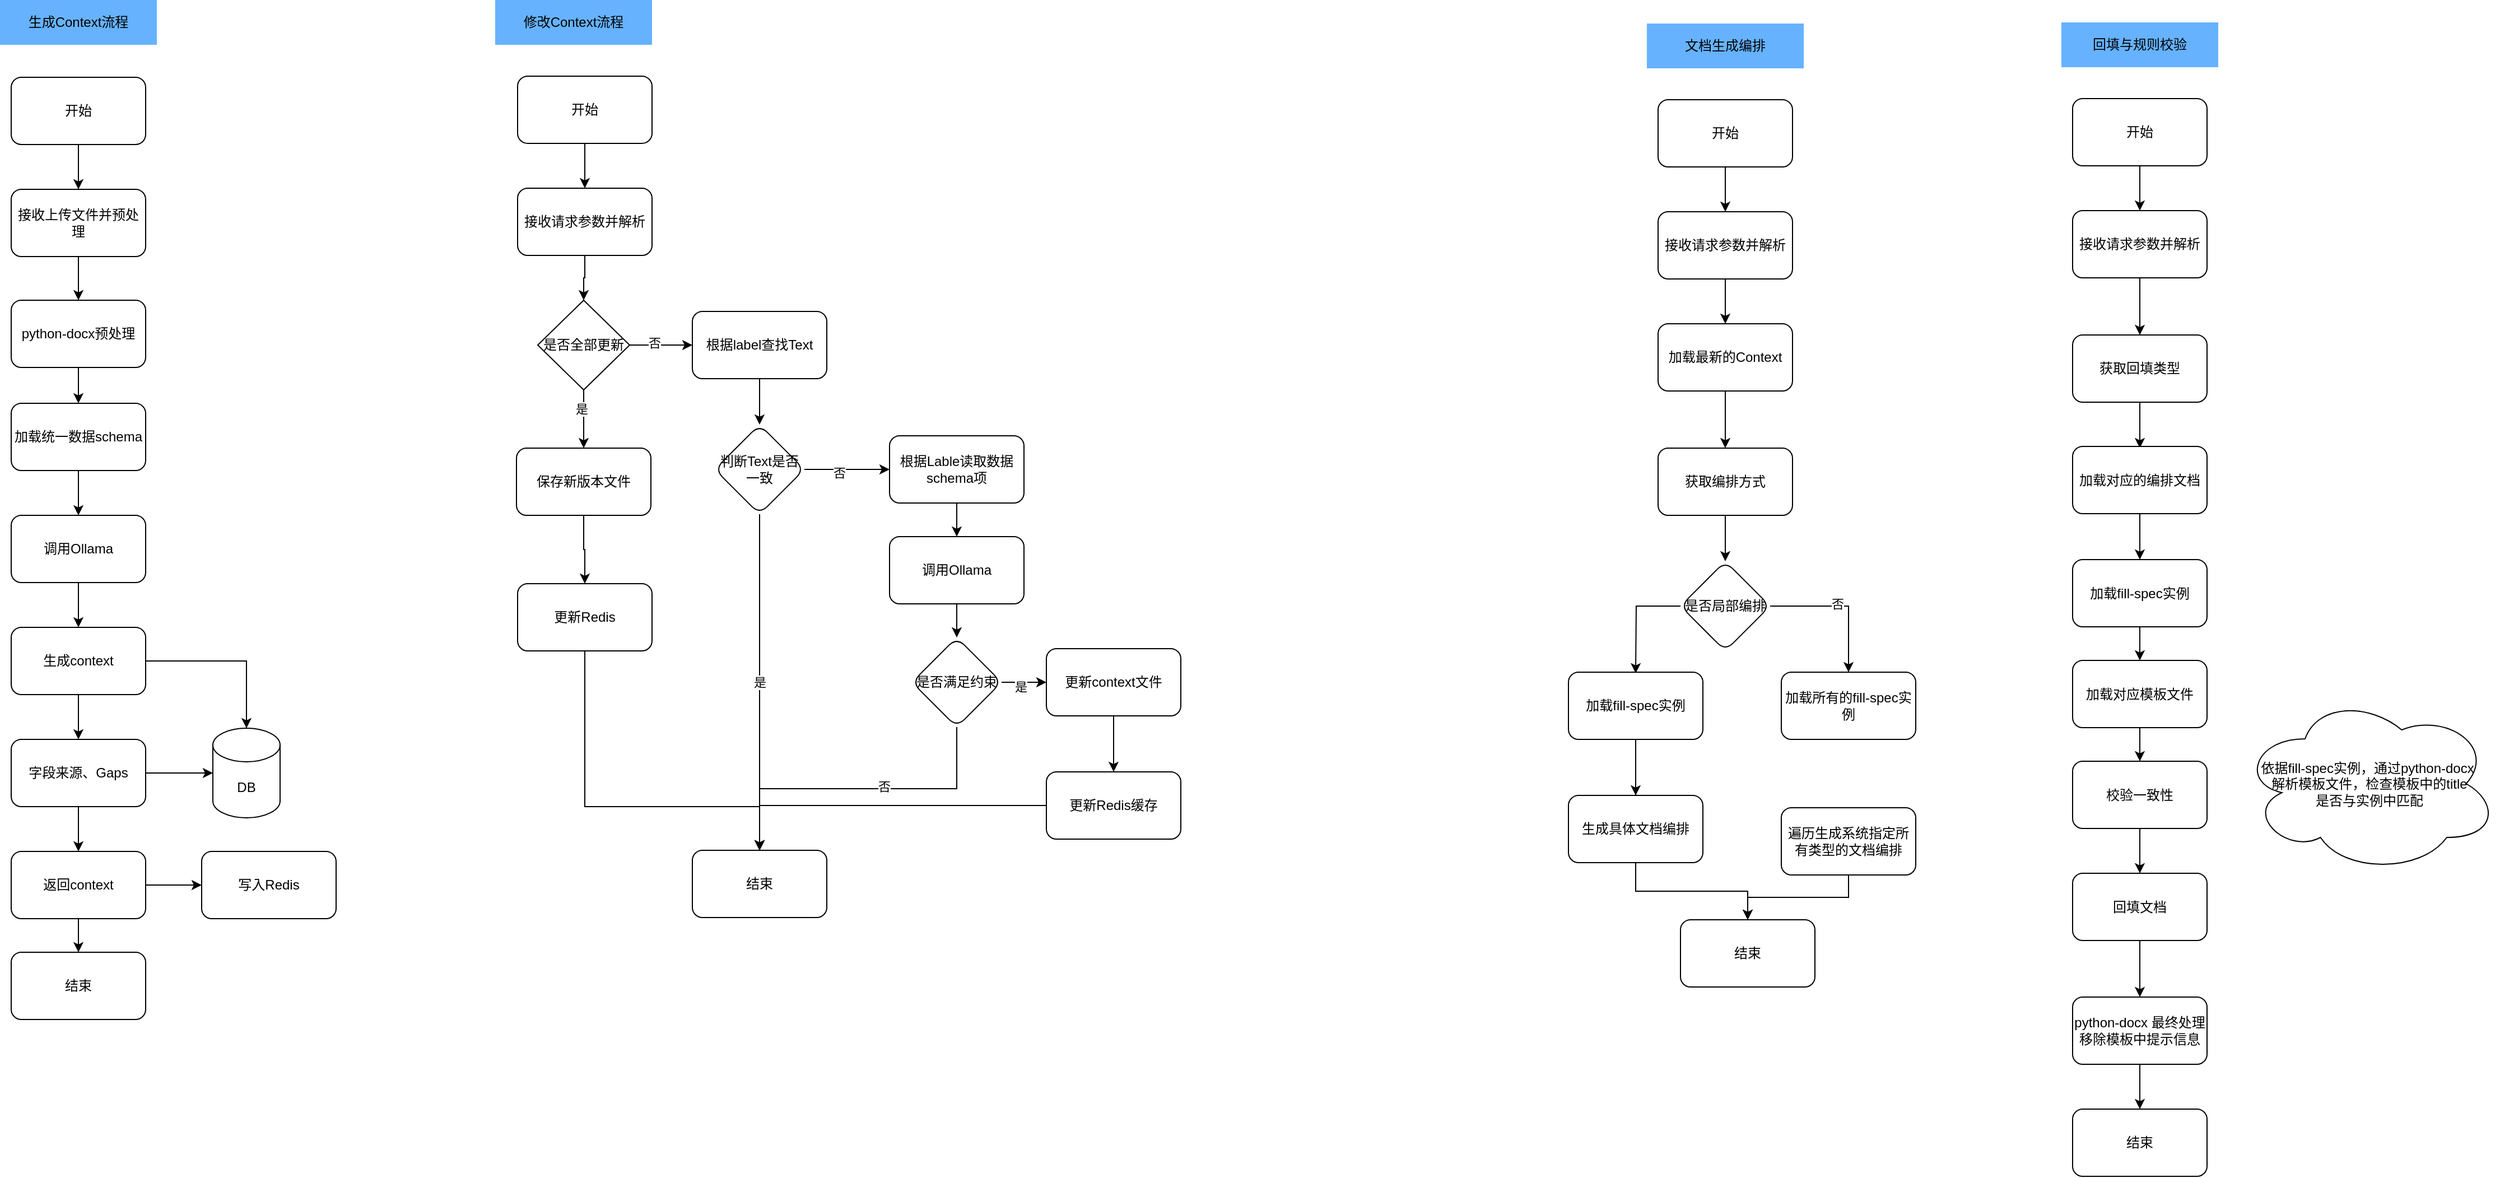
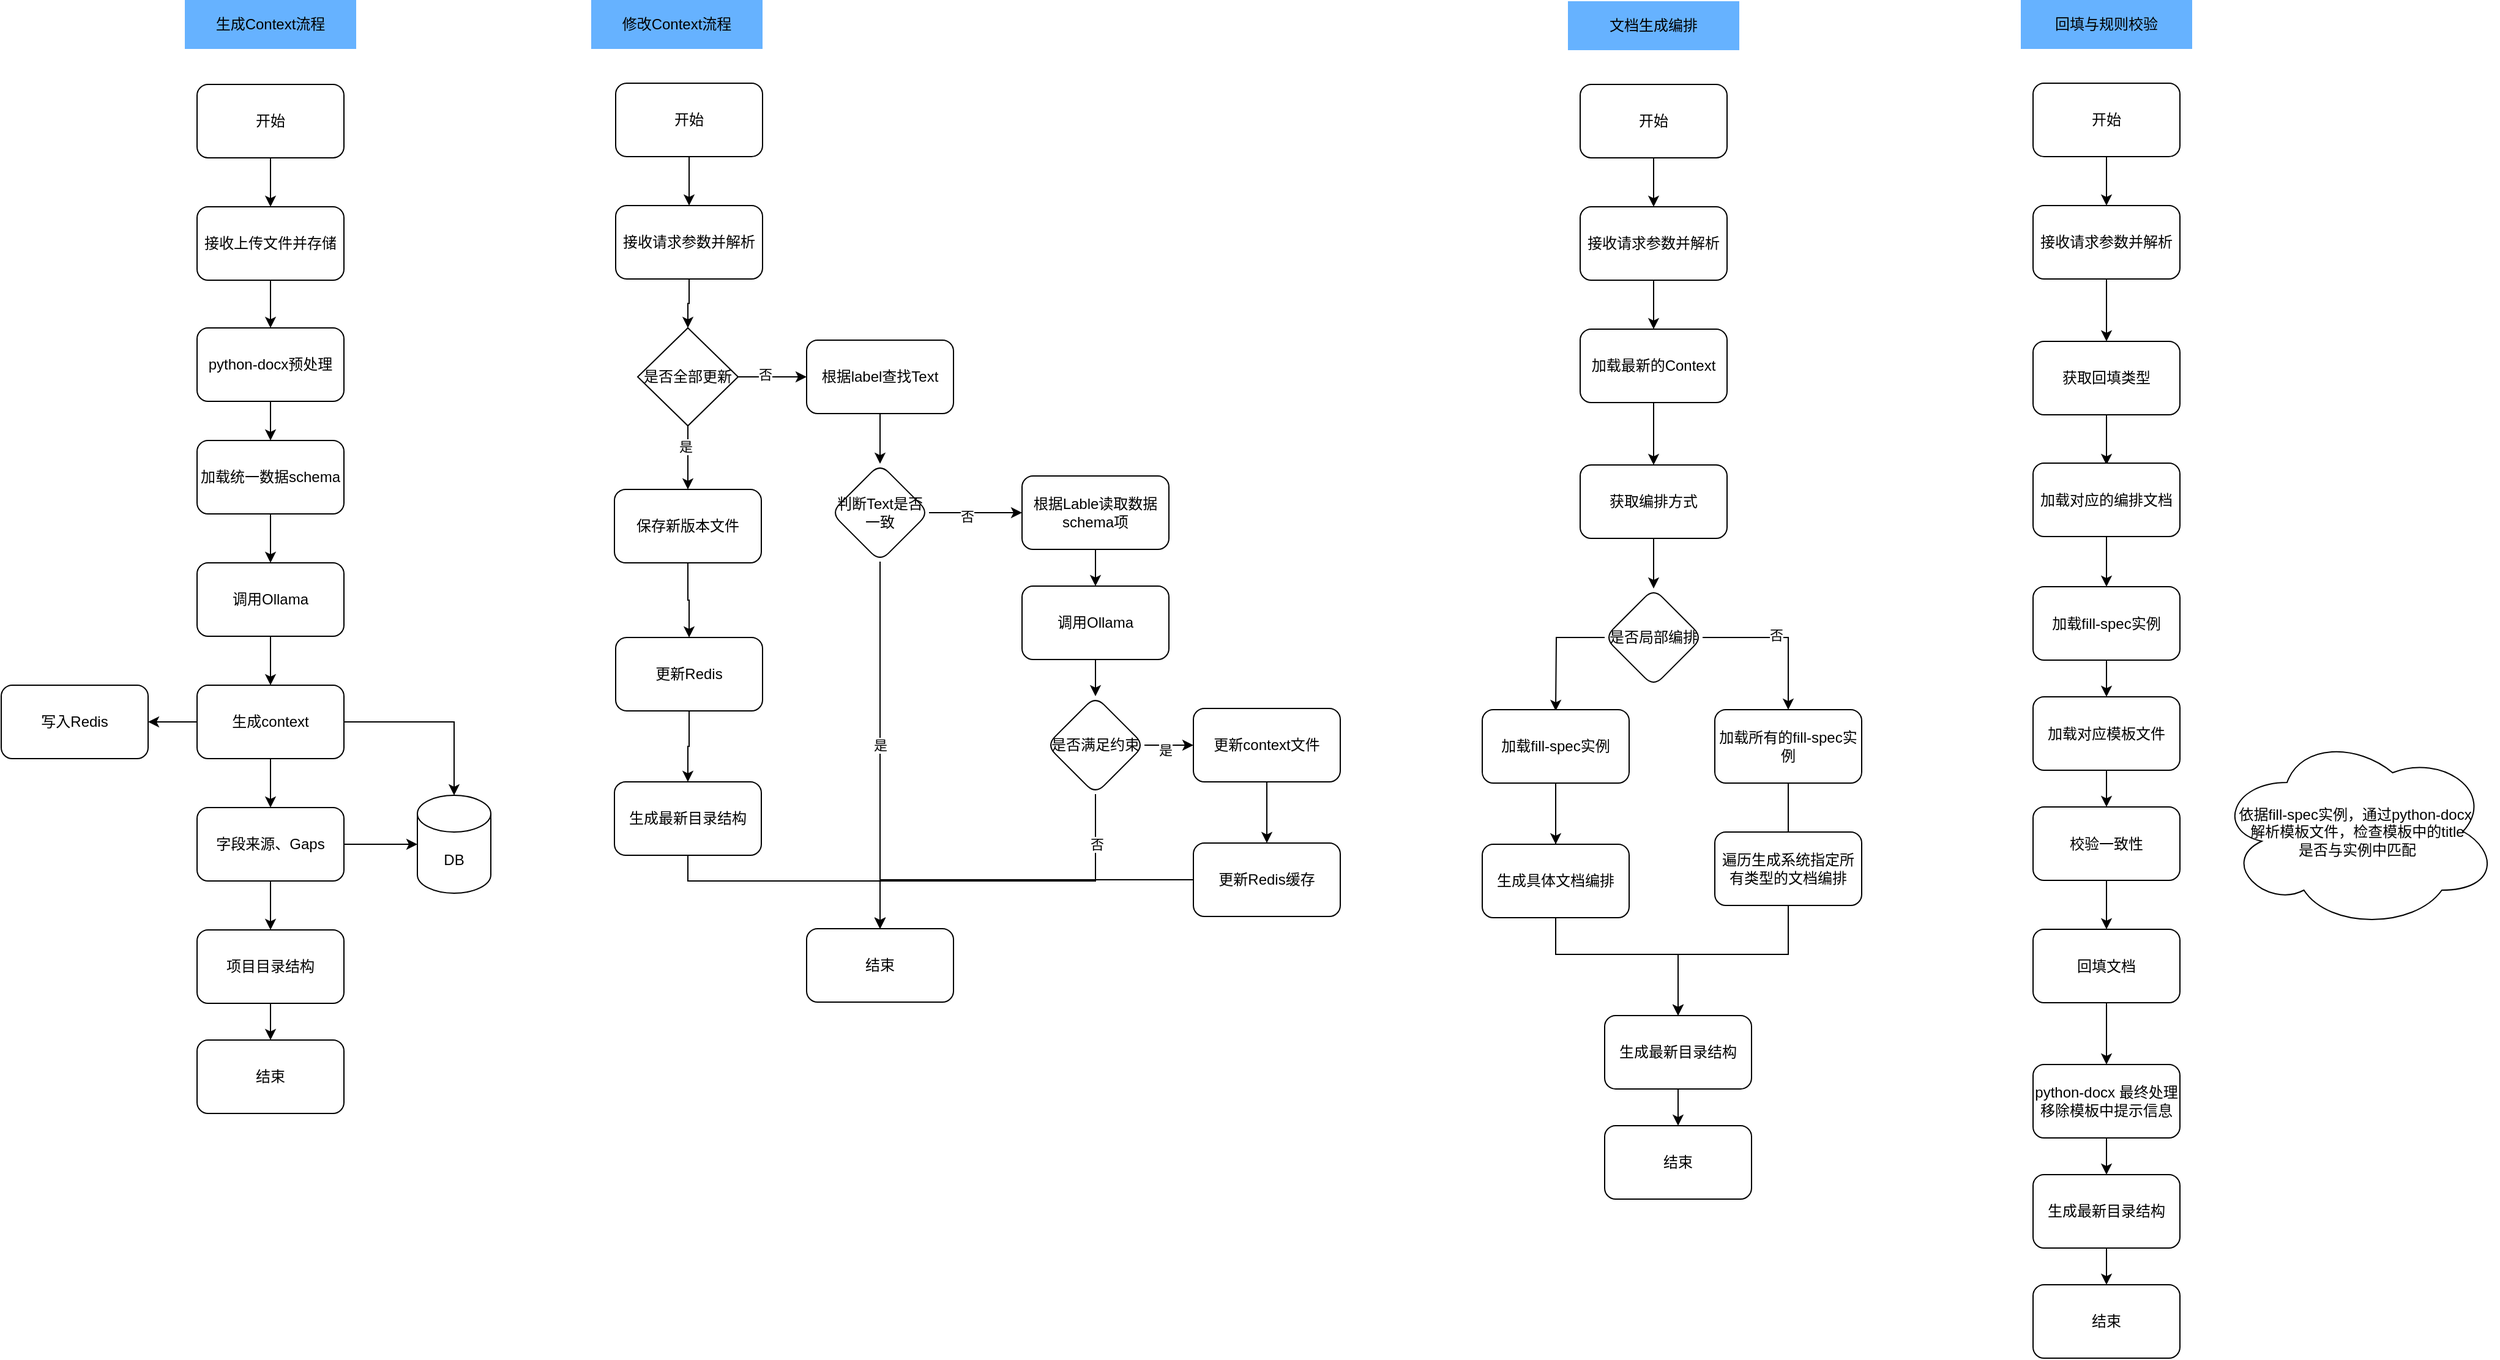
<mxfile host="app.diagrams.net">
  <diagram name="第 1 页" id="B0IMeD1WvDJJcW3_jK1b">
    <mxGraphModel dx="2438" dy="928" grid="1" gridSize="10" guides="1" tooltips="1" connect="1" arrows="1" fold="1" page="1" pageScale="1" pageWidth="1169" pageHeight="827" math="0" shadow="0">
      <root>
        <mxCell id="0" />
        <mxCell id="1" parent="0" />
        <mxCell id="0n__lMlzSQ3JzwSusm_Q-4" edge="1" parent="1" source="0n__lMlzSQ3JzwSusm_Q-2" style="edgeStyle=orthogonalEdgeStyle;rounded=0;orthogonalLoop=1;jettySize=auto;html=1;" target="0n__lMlzSQ3JzwSusm_Q-3" value="">
          <mxGeometry relative="1" as="geometry" />
        </mxCell>
        <mxCell id="0n__lMlzSQ3JzwSusm_Q-2" parent="1" style="rounded=1;whiteSpace=wrap;html=1;" value="开始" vertex="1">
-           <mxGeometry height="60" width="120" x="70" y="89" as="geometry" />
+           <mxGeometry height="60" width="120" x="180" y="89" as="geometry" />
        </mxCell>
        <mxCell id="zHUa4yUuEVYX1cxpm-PV-49" edge="1" parent="1" source="0n__lMlzSQ3JzwSusm_Q-3" style="edgeStyle=orthogonalEdgeStyle;rounded=0;orthogonalLoop=1;jettySize=auto;html=1;" target="zHUa4yUuEVYX1cxpm-PV-48" value="">
          <mxGeometry relative="1" as="geometry" />
        </mxCell>
-         <mxCell id="0n__lMlzSQ3JzwSusm_Q-3" parent="1" style="whiteSpace=wrap;html=1;rounded=1;" value="接收上传文件并预处理" vertex="1">
-           <mxGeometry height="60" width="120" x="70" y="189" as="geometry" />
+         <mxCell id="0n__lMlzSQ3JzwSusm_Q-3" parent="1" style="whiteSpace=wrap;html=1;rounded=1;" value="接收上传文件并存储" vertex="1">
+           <mxGeometry height="60" width="120" x="180" y="189" as="geometry" />
        </mxCell>
        <mxCell id="0n__lMlzSQ3JzwSusm_Q-8" edge="1" parent="1" source="0n__lMlzSQ3JzwSusm_Q-5" style="edgeStyle=orthogonalEdgeStyle;rounded=0;orthogonalLoop=1;jettySize=auto;html=1;" target="0n__lMlzSQ3JzwSusm_Q-7" value="">
          <mxGeometry relative="1" as="geometry" />
        </mxCell>
        <mxCell id="0n__lMlzSQ3JzwSusm_Q-5" parent="1" style="whiteSpace=wrap;html=1;rounded=1;" value="加载统一数据schema" vertex="1">
-           <mxGeometry height="60" width="120" x="70" y="380" as="geometry" />
+           <mxGeometry height="60" width="120" x="180" y="380" as="geometry" />
        </mxCell>
        <mxCell id="0n__lMlzSQ3JzwSusm_Q-10" edge="1" parent="1" source="0n__lMlzSQ3JzwSusm_Q-7" style="edgeStyle=orthogonalEdgeStyle;rounded=0;orthogonalLoop=1;jettySize=auto;html=1;" target="0n__lMlzSQ3JzwSusm_Q-9" value="">
          <mxGeometry relative="1" as="geometry" />
        </mxCell>
        <mxCell id="0n__lMlzSQ3JzwSusm_Q-7" parent="1" style="whiteSpace=wrap;html=1;rounded=1;" value="调用Ollama" vertex="1">
-           <mxGeometry height="60" width="120" x="70" y="480" as="geometry" />
+           <mxGeometry height="60" width="120" x="180" y="480" as="geometry" />
        </mxCell>
        <mxCell id="0n__lMlzSQ3JzwSusm_Q-12" edge="1" parent="1" source="0n__lMlzSQ3JzwSusm_Q-9" style="edgeStyle=orthogonalEdgeStyle;rounded=0;orthogonalLoop=1;jettySize=auto;html=1;" target="0n__lMlzSQ3JzwSusm_Q-11" value="">
          <mxGeometry relative="1" as="geometry" />
        </mxCell>
        <mxCell id="0n__lMlzSQ3JzwSusm_Q-19" edge="1" parent="1" source="0n__lMlzSQ3JzwSusm_Q-9" style="edgeStyle=orthogonalEdgeStyle;rounded=0;orthogonalLoop=1;jettySize=auto;html=1;" target="0n__lMlzSQ3JzwSusm_Q-13">
          <mxGeometry relative="1" as="geometry" />
        </mxCell>
+         <mxCell id="OEq2acyRyhbuj6wWYLON-20" edge="1" parent="1" source="0n__lMlzSQ3JzwSusm_Q-9" style="edgeStyle=orthogonalEdgeStyle;rounded=0;orthogonalLoop=1;jettySize=auto;html=1;" target="zHUa4yUuEVYX1cxpm-PV-19" value="">
+           <mxGeometry relative="1" as="geometry" />
+         </mxCell>
        <mxCell id="0n__lMlzSQ3JzwSusm_Q-9" parent="1" style="whiteSpace=wrap;html=1;rounded=1;" value="生成context" vertex="1">
-           <mxGeometry height="60" width="120" x="70" y="580" as="geometry" />
+           <mxGeometry height="60" width="120" x="180" y="580" as="geometry" />
        </mxCell>
        <mxCell id="0n__lMlzSQ3JzwSusm_Q-14" edge="1" parent="1" source="0n__lMlzSQ3JzwSusm_Q-11" style="edgeStyle=orthogonalEdgeStyle;rounded=0;orthogonalLoop=1;jettySize=auto;html=1;" target="0n__lMlzSQ3JzwSusm_Q-13">
          <mxGeometry relative="1" as="geometry" />
        </mxCell>
        <mxCell id="0n__lMlzSQ3JzwSusm_Q-16" edge="1" parent="1" source="0n__lMlzSQ3JzwSusm_Q-11" style="edgeStyle=orthogonalEdgeStyle;rounded=0;orthogonalLoop=1;jettySize=auto;html=1;" target="0n__lMlzSQ3JzwSusm_Q-15" value="">
          <mxGeometry relative="1" as="geometry" />
        </mxCell>
        <mxCell id="0n__lMlzSQ3JzwSusm_Q-11" parent="1" style="whiteSpace=wrap;html=1;rounded=1;" value="字段来源、Gaps" vertex="1">
-           <mxGeometry height="60" width="120" x="70" y="680" as="geometry" />
+           <mxGeometry height="60" width="120" x="180" y="680" as="geometry" />
        </mxCell>
        <mxCell id="0n__lMlzSQ3JzwSusm_Q-13" parent="1" style="shape=cylinder3;whiteSpace=wrap;html=1;boundedLbl=1;backgroundOutline=1;size=15;" value="DB" vertex="1">
-           <mxGeometry height="80" width="60" x="250" y="670" as="geometry" />
+           <mxGeometry height="80" width="60" x="360" y="670" as="geometry" />
        </mxCell>
        <mxCell id="0n__lMlzSQ3JzwSusm_Q-18" edge="1" parent="1" source="0n__lMlzSQ3JzwSusm_Q-15" style="edgeStyle=orthogonalEdgeStyle;rounded=0;orthogonalLoop=1;jettySize=auto;html=1;" target="0n__lMlzSQ3JzwSusm_Q-17" value="">
          <mxGeometry relative="1" as="geometry" />
        </mxCell>
-         <mxCell id="zHUa4yUuEVYX1cxpm-PV-20" edge="1" parent="1" source="0n__lMlzSQ3JzwSusm_Q-15" style="edgeStyle=orthogonalEdgeStyle;rounded=0;orthogonalLoop=1;jettySize=auto;html=1;" target="zHUa4yUuEVYX1cxpm-PV-19" value="">
-           <mxGeometry relative="1" as="geometry" />
-         </mxCell>
-         <mxCell id="0n__lMlzSQ3JzwSusm_Q-15" parent="1" style="whiteSpace=wrap;html=1;rounded=1;" value="返回context" vertex="1">
-           <mxGeometry height="60" width="120" x="70" y="780" as="geometry" />
+         <mxCell id="0n__lMlzSQ3JzwSusm_Q-15" parent="1" style="whiteSpace=wrap;html=1;rounded=1;" value="项目目录结构" vertex="1">
+           <mxGeometry height="60" width="120" x="180" y="780" as="geometry" />
        </mxCell>
        <mxCell id="0n__lMlzSQ3JzwSusm_Q-17" parent="1" style="whiteSpace=wrap;html=1;rounded=1;" value="结束" vertex="1">
-           <mxGeometry height="60" width="120" x="70" y="870" as="geometry" />
+           <mxGeometry height="60" width="120" x="180" y="870" as="geometry" />
        </mxCell>
        <mxCell id="zHUa4yUuEVYX1cxpm-PV-1" edge="1" parent="1" source="zHUa4yUuEVYX1cxpm-PV-2" style="edgeStyle=orthogonalEdgeStyle;rounded=0;orthogonalLoop=1;jettySize=auto;html=1;" target="zHUa4yUuEVYX1cxpm-PV-4" value="">
          <mxGeometry relative="1" as="geometry" />
        </mxCell>
        <mxCell id="zHUa4yUuEVYX1cxpm-PV-2" parent="1" style="rounded=1;whiteSpace=wrap;html=1;" value="开始" vertex="1">
          <mxGeometry height="60" width="120" x="522" y="88" as="geometry" />
        </mxCell>
        <mxCell id="OEq2acyRyhbuj6wWYLON-2" edge="1" parent="1" source="zHUa4yUuEVYX1cxpm-PV-4" style="edgeStyle=orthogonalEdgeStyle;rounded=0;orthogonalLoop=1;jettySize=auto;html=1;entryX=0.5;entryY=0;entryDx=0;entryDy=0;" target="OEq2acyRyhbuj6wWYLON-1">
          <mxGeometry relative="1" as="geometry" />
        </mxCell>
        <mxCell id="zHUa4yUuEVYX1cxpm-PV-4" parent="1" style="whiteSpace=wrap;html=1;rounded=1;" value="接收请求参数并解析" vertex="1">
          <mxGeometry height="60" width="120" x="522" y="188" as="geometry" />
        </mxCell>
        <mxCell id="zHUa4yUuEVYX1cxpm-PV-26" edge="1" parent="1" source="zHUa4yUuEVYX1cxpm-PV-6" style="edgeStyle=orthogonalEdgeStyle;rounded=0;orthogonalLoop=1;jettySize=auto;html=1;" target="zHUa4yUuEVYX1cxpm-PV-25" value="">
          <mxGeometry relative="1" as="geometry" />
        </mxCell>
        <mxCell id="zHUa4yUuEVYX1cxpm-PV-6" parent="1" style="whiteSpace=wrap;html=1;rounded=1;" value="根据label查找Text" vertex="1">
          <mxGeometry height="60" width="120" x="678" y="298" as="geometry" />
        </mxCell>
        <mxCell id="zHUa4yUuEVYX1cxpm-PV-19" parent="1" style="whiteSpace=wrap;html=1;rounded=1;" value="写入Redis" vertex="1">
-           <mxGeometry height="60" width="120" x="240" y="780" as="geometry" />
+           <mxGeometry height="60" width="120" x="20" y="580" as="geometry" />
        </mxCell>
        <mxCell id="zHUa4yUuEVYX1cxpm-PV-28" edge="1" parent="1" source="zHUa4yUuEVYX1cxpm-PV-25" style="edgeStyle=orthogonalEdgeStyle;rounded=0;orthogonalLoop=1;jettySize=auto;html=1;" target="zHUa4yUuEVYX1cxpm-PV-27" value="是">
          <mxGeometry relative="1" as="geometry" />
        </mxCell>
        <mxCell id="zHUa4yUuEVYX1cxpm-PV-31" edge="1" parent="1" source="zHUa4yUuEVYX1cxpm-PV-25" style="edgeStyle=orthogonalEdgeStyle;rounded=0;orthogonalLoop=1;jettySize=auto;html=1;" target="zHUa4yUuEVYX1cxpm-PV-30" value="">
          <mxGeometry relative="1" as="geometry" />
        </mxCell>
        <mxCell id="OEq2acyRyhbuj6wWYLON-16" connectable="0" parent="zHUa4yUuEVYX1cxpm-PV-31" style="edgeLabel;html=1;align=center;verticalAlign=middle;resizable=0;points=[];" value="否" vertex="1">
          <mxGeometry relative="1" x="-0.193" y="-3" as="geometry">
            <mxPoint as="offset" />
          </mxGeometry>
        </mxCell>
        <mxCell id="zHUa4yUuEVYX1cxpm-PV-25" parent="1" style="rhombus;whiteSpace=wrap;html=1;rounded=1;" value="判断Text是否一致" vertex="1">
          <mxGeometry height="80" width="80" x="698" y="399" as="geometry" />
        </mxCell>
        <mxCell id="zHUa4yUuEVYX1cxpm-PV-27" parent="1" style="whiteSpace=wrap;html=1;rounded=1;" value="结束" vertex="1">
          <mxGeometry height="60" width="120" x="678" y="779" as="geometry" />
        </mxCell>
        <mxCell id="zHUa4yUuEVYX1cxpm-PV-33" edge="1" parent="1" source="zHUa4yUuEVYX1cxpm-PV-30" style="edgeStyle=orthogonalEdgeStyle;rounded=0;orthogonalLoop=1;jettySize=auto;html=1;" target="zHUa4yUuEVYX1cxpm-PV-32" value="">
          <mxGeometry relative="1" as="geometry" />
        </mxCell>
        <mxCell id="zHUa4yUuEVYX1cxpm-PV-30" parent="1" style="whiteSpace=wrap;html=1;rounded=1;" value="根据Lable读取数据schema项" vertex="1">
          <mxGeometry height="60" width="120" x="854" y="409" as="geometry" />
        </mxCell>
        <mxCell id="zHUa4yUuEVYX1cxpm-PV-35" edge="1" parent="1" source="zHUa4yUuEVYX1cxpm-PV-32" style="edgeStyle=orthogonalEdgeStyle;rounded=0;orthogonalLoop=1;jettySize=auto;html=1;" target="zHUa4yUuEVYX1cxpm-PV-34" value="">
          <mxGeometry relative="1" as="geometry" />
        </mxCell>
        <mxCell id="zHUa4yUuEVYX1cxpm-PV-32" parent="1" style="whiteSpace=wrap;html=1;rounded=1;" value="调用Ollama" vertex="1">
          <mxGeometry height="60" width="120" x="854" y="499" as="geometry" />
        </mxCell>
        <mxCell id="zHUa4yUuEVYX1cxpm-PV-37" edge="1" parent="1" source="zHUa4yUuEVYX1cxpm-PV-34" style="edgeStyle=orthogonalEdgeStyle;rounded=0;orthogonalLoop=1;jettySize=auto;html=1;" target="zHUa4yUuEVYX1cxpm-PV-36" value="">
          <mxGeometry relative="1" as="geometry" />
        </mxCell>
        <mxCell id="zHUa4yUuEVYX1cxpm-PV-38" connectable="0" parent="zHUa4yUuEVYX1cxpm-PV-37" style="edgeLabel;html=1;align=center;verticalAlign=middle;resizable=0;points=[];" value="是" vertex="1">
          <mxGeometry relative="1" x="-0.1789" y="-4" as="geometry">
            <mxPoint as="offset" />
          </mxGeometry>
        </mxCell>
        <mxCell id="zHUa4yUuEVYX1cxpm-PV-43" edge="1" parent="1" source="zHUa4yUuEVYX1cxpm-PV-34" style="edgeStyle=orthogonalEdgeStyle;rounded=0;orthogonalLoop=1;jettySize=auto;html=1;exitX=0.5;exitY=1;exitDx=0;exitDy=0;entryX=0.5;entryY=0;entryDx=0;entryDy=0;" target="zHUa4yUuEVYX1cxpm-PV-27">
-           <mxGeometry relative="1" as="geometry" />
+           <mxGeometry relative="1" as="geometry">
+             <Array as="points">
+               <mxPoint x="914" y="740" />
+               <mxPoint x="738" y="740" />
+             </Array>
+           </mxGeometry>
        </mxCell>
        <mxCell id="zHUa4yUuEVYX1cxpm-PV-44" connectable="0" parent="zHUa4yUuEVYX1cxpm-PV-43" style="edgeLabel;html=1;align=center;verticalAlign=middle;resizable=0;points=[];" value="否" vertex="1">
          <mxGeometry relative="1" x="-0.1561" y="-2" as="geometry">
-             <mxPoint as="offset" />
+             <mxPoint x="50" y="-28" as="offset" />
          </mxGeometry>
        </mxCell>
        <mxCell id="zHUa4yUuEVYX1cxpm-PV-34" parent="1" style="rhombus;whiteSpace=wrap;html=1;rounded=1;" value="是否满足约束" vertex="1">
          <mxGeometry height="80" width="80" x="874" y="589" as="geometry" />
        </mxCell>
        <mxCell id="zHUa4yUuEVYX1cxpm-PV-40" edge="1" parent="1" source="zHUa4yUuEVYX1cxpm-PV-36" style="edgeStyle=orthogonalEdgeStyle;rounded=0;orthogonalLoop=1;jettySize=auto;html=1;" target="zHUa4yUuEVYX1cxpm-PV-39" value="">
          <mxGeometry relative="1" as="geometry" />
        </mxCell>
        <mxCell id="zHUa4yUuEVYX1cxpm-PV-36" parent="1" style="whiteSpace=wrap;html=1;rounded=1;" value="更新context文件" vertex="1">
          <mxGeometry height="60" width="120" x="994" y="599" as="geometry" />
        </mxCell>
        <mxCell id="zHUa4yUuEVYX1cxpm-PV-41" edge="1" parent="1" source="zHUa4yUuEVYX1cxpm-PV-39" style="edgeStyle=orthogonalEdgeStyle;rounded=0;orthogonalLoop=1;jettySize=auto;html=1;entryX=0.5;entryY=0;entryDx=0;entryDy=0;" target="zHUa4yUuEVYX1cxpm-PV-27">
          <mxGeometry relative="1" as="geometry" />
        </mxCell>
        <mxCell id="zHUa4yUuEVYX1cxpm-PV-39" parent="1" style="whiteSpace=wrap;html=1;rounded=1;" value="更新Redis缓存" vertex="1">
          <mxGeometry height="60" width="120" x="994" y="709" as="geometry" />
        </mxCell>
        <mxCell id="zHUa4yUuEVYX1cxpm-PV-50" edge="1" parent="1" source="zHUa4yUuEVYX1cxpm-PV-48" style="edgeStyle=orthogonalEdgeStyle;rounded=0;orthogonalLoop=1;jettySize=auto;html=1;" target="0n__lMlzSQ3JzwSusm_Q-5" value="">
          <mxGeometry relative="1" as="geometry" />
        </mxCell>
        <mxCell id="zHUa4yUuEVYX1cxpm-PV-48" parent="1" style="whiteSpace=wrap;html=1;rounded=1;" value="python-docx预处理" vertex="1">
-           <mxGeometry height="60" width="120" x="70" y="288" as="geometry" />
+           <mxGeometry height="60" width="120" x="180" y="288" as="geometry" />
        </mxCell>
        <mxCell id="zHUa4yUuEVYX1cxpm-PV-51" edge="1" parent="1" source="zHUa4yUuEVYX1cxpm-PV-52" style="edgeStyle=orthogonalEdgeStyle;rounded=0;orthogonalLoop=1;jettySize=auto;html=1;" target="zHUa4yUuEVYX1cxpm-PV-54" value="">
          <mxGeometry relative="1" as="geometry" />
        </mxCell>
        <mxCell id="zHUa4yUuEVYX1cxpm-PV-52" parent="1" style="rounded=1;whiteSpace=wrap;html=1;" value="开始" vertex="1">
-           <mxGeometry height="60" width="120" x="1540" y="109" as="geometry" />
+           <mxGeometry height="60" width="120" x="1310" y="89" as="geometry" />
        </mxCell>
        <mxCell id="zHUa4yUuEVYX1cxpm-PV-86" edge="1" parent="1" source="zHUa4yUuEVYX1cxpm-PV-54" style="edgeStyle=orthogonalEdgeStyle;rounded=0;orthogonalLoop=1;jettySize=auto;html=1;entryX=0.5;entryY=0;entryDx=0;entryDy=0;" target="zHUa4yUuEVYX1cxpm-PV-64">
          <mxGeometry relative="1" as="geometry" />
        </mxCell>
        <mxCell id="zHUa4yUuEVYX1cxpm-PV-54" parent="1" style="whiteSpace=wrap;html=1;rounded=1;" value="接收请求参数并解析" vertex="1">
-           <mxGeometry height="60" width="120" x="1540" y="209" as="geometry" />
+           <mxGeometry height="60" width="120" x="1310" y="189" as="geometry" />
        </mxCell>
        <mxCell id="zHUa4yUuEVYX1cxpm-PV-55" edge="1" parent="1" source="zHUa4yUuEVYX1cxpm-PV-56" style="edgeStyle=orthogonalEdgeStyle;rounded=0;orthogonalLoop=1;jettySize=auto;html=1;" target="zHUa4yUuEVYX1cxpm-PV-60" value="">
          <mxGeometry relative="1" as="geometry" />
        </mxCell>
        <mxCell id="zHUa4yUuEVYX1cxpm-PV-56" parent="1" style="whiteSpace=wrap;html=1;rounded=1;" value="获取编排方式" vertex="1">
-           <mxGeometry height="60" width="120" x="1540" y="420" as="geometry" />
+           <mxGeometry height="60" width="120" x="1310" y="400" as="geometry" />
        </mxCell>
        <mxCell id="zHUa4yUuEVYX1cxpm-PV-59" edge="1" parent="1" source="zHUa4yUuEVYX1cxpm-PV-60" style="edgeStyle=orthogonalEdgeStyle;rounded=0;orthogonalLoop=1;jettySize=auto;html=1;" target="zHUa4yUuEVYX1cxpm-PV-62" value="">
          <mxGeometry relative="1" as="geometry" />
        </mxCell>
        <mxCell id="zHUa4yUuEVYX1cxpm-PV-84" connectable="0" parent="zHUa4yUuEVYX1cxpm-PV-59" style="edgeLabel;html=1;align=center;verticalAlign=middle;resizable=0;points=[];" value="否" vertex="1">
          <mxGeometry relative="1" x="-0.0693" y="2" as="geometry">
            <mxPoint as="offset" />
          </mxGeometry>
        </mxCell>
        <mxCell id="zHUa4yUuEVYX1cxpm-PV-88" edge="1" parent="1" source="zHUa4yUuEVYX1cxpm-PV-60" style="edgeStyle=orthogonalEdgeStyle;rounded=0;orthogonalLoop=1;jettySize=auto;html=1;">
          <mxGeometry relative="1" as="geometry">
-             <mxPoint x="1520" y="621" as="targetPoint" />
+             <mxPoint x="1290" y="601" as="targetPoint" />
          </mxGeometry>
        </mxCell>
        <mxCell id="zHUa4yUuEVYX1cxpm-PV-60" parent="1" style="rhombus;whiteSpace=wrap;html=1;rounded=1;" value="是否局部编排" vertex="1">
-           <mxGeometry height="80" width="80" x="1560" y="521" as="geometry" />
+           <mxGeometry height="80" width="80" x="1330" y="501" as="geometry" />
+         </mxCell>
+         <mxCell id="OEq2acyRyhbuj6wWYLON-21" edge="1" parent="1" source="zHUa4yUuEVYX1cxpm-PV-62" style="edgeStyle=orthogonalEdgeStyle;rounded=0;orthogonalLoop=1;jettySize=auto;html=1;">
+           <mxGeometry relative="1" as="geometry">
+             <mxPoint x="1479.9999999999995" y="720" as="targetPoint" />
+           </mxGeometry>
        </mxCell>
        <mxCell id="zHUa4yUuEVYX1cxpm-PV-62" parent="1" style="whiteSpace=wrap;html=1;rounded=1;" value="加载所有的fill-spec实例" vertex="1">
-           <mxGeometry height="60" width="120" x="1650" y="620" as="geometry" />
+           <mxGeometry height="60" width="120" x="1420" y="600" as="geometry" />
        </mxCell>
        <mxCell id="zHUa4yUuEVYX1cxpm-PV-87" edge="1" parent="1" source="zHUa4yUuEVYX1cxpm-PV-64" style="edgeStyle=orthogonalEdgeStyle;rounded=0;orthogonalLoop=1;jettySize=auto;html=1;entryX=0.5;entryY=0;entryDx=0;entryDy=0;" target="zHUa4yUuEVYX1cxpm-PV-56">
          <mxGeometry relative="1" as="geometry" />
        </mxCell>
        <mxCell id="zHUa4yUuEVYX1cxpm-PV-64" parent="1" style="whiteSpace=wrap;html=1;rounded=1;" value="加载最新的Context" vertex="1">
-           <mxGeometry height="60" width="120" x="1540" y="309" as="geometry" />
-         </mxCell>
-         <mxCell id="zHUa4yUuEVYX1cxpm-PV-92" edge="1" parent="1" source="zHUa4yUuEVYX1cxpm-PV-73" style="edgeStyle=orthogonalEdgeStyle;rounded=0;orthogonalLoop=1;jettySize=auto;html=1;entryX=0.5;entryY=0;entryDx=0;entryDy=0;" target="zHUa4yUuEVYX1cxpm-PV-90">
-           <mxGeometry relative="1" as="geometry" />
+           <mxGeometry height="60" width="120" x="1310" y="289" as="geometry" />
+         </mxCell>
+         <mxCell id="zHUa4yUuEVYX1cxpm-PV-92" edge="1" parent="1" source="zHUa4yUuEVYX1cxpm-PV-73" style="edgeStyle=orthogonalEdgeStyle;rounded=0;orthogonalLoop=1;jettySize=auto;html=1;">
+           <mxGeometry relative="1" as="geometry">
+             <Array as="points">
+               <mxPoint x="1480" y="800" />
+               <mxPoint x="1390" y="800" />
+             </Array>
+             <mxPoint x="1390" y="850" as="targetPoint" />
+           </mxGeometry>
        </mxCell>
        <mxCell id="zHUa4yUuEVYX1cxpm-PV-73" parent="1" style="whiteSpace=wrap;html=1;rounded=1;" value="遍历生成系统指定所有类型的文档编排" vertex="1">
-           <mxGeometry height="60" width="120" x="1650" y="741" as="geometry" />
+           <mxGeometry height="60" width="120" x="1420" y="700" as="geometry" />
        </mxCell>
        <mxCell id="zHUa4yUuEVYX1cxpm-PV-75" parent="1" style="text;html=1;whiteSpace=wrap;strokeColor=none;fillColor=#66B2FF;align=center;verticalAlign=middle;rounded=0;" value="生成Context流程" vertex="1">
-           <mxGeometry height="40" width="140" x="60" y="20" as="geometry" />
+           <mxGeometry height="40" width="140" x="170" y="20" as="geometry" />
        </mxCell>
        <mxCell id="zHUa4yUuEVYX1cxpm-PV-76" parent="1" style="text;html=1;whiteSpace=wrap;strokeColor=none;fillColor=#66B2FF;align=center;verticalAlign=middle;rounded=0;" value="修改Context流程" vertex="1">
          <mxGeometry height="40" width="140" x="502" y="20" as="geometry" />
        </mxCell>
        <mxCell id="zHUa4yUuEVYX1cxpm-PV-77" parent="1" style="text;html=1;whiteSpace=wrap;strokeColor=none;fillColor=#66B2FF;align=center;verticalAlign=middle;rounded=0;" value="文档生成编排" vertex="1">
-           <mxGeometry height="40" width="140" x="1530" y="41" as="geometry" />
+           <mxGeometry height="40" width="140" x="1300" y="21" as="geometry" />
        </mxCell>
        <mxCell id="zHUa4yUuEVYX1cxpm-PV-82" edge="1" parent="1" style="edgeStyle=orthogonalEdgeStyle;rounded=0;orthogonalLoop=1;jettySize=auto;html=1;" value="">
          <mxGeometry relative="1" as="geometry">
-             <mxPoint x="1520.0000000000005" y="680" as="sourcePoint" />
-             <mxPoint x="1520.0000000000005" y="741" as="targetPoint" />
+             <mxPoint x="1290.0000000000005" y="660" as="sourcePoint" />
+             <mxPoint x="1290.0000000000005" y="721" as="targetPoint" />
          </mxGeometry>
        </mxCell>
        <mxCell id="OEq2acyRyhbuj6wWYLON-5" edge="1" parent="1" source="zHUa4yUuEVYX1cxpm-PV-79" style="edgeStyle=orthogonalEdgeStyle;rounded=0;orthogonalLoop=1;jettySize=auto;html=1;" target="zHUa4yUuEVYX1cxpm-PV-81" value="">
          <mxGeometry relative="1" as="geometry" />
        </mxCell>
        <mxCell id="zHUa4yUuEVYX1cxpm-PV-79" parent="1" style="whiteSpace=wrap;html=1;rounded=1;" value="加载fill-spec实例" vertex="1">
-           <mxGeometry height="60" width="120" x="1460" y="620" as="geometry" />
-         </mxCell>
-         <mxCell id="OEq2acyRyhbuj6wWYLON-6" edge="1" parent="1" source="zHUa4yUuEVYX1cxpm-PV-81" style="edgeStyle=orthogonalEdgeStyle;rounded=0;orthogonalLoop=1;jettySize=auto;html=1;" target="zHUa4yUuEVYX1cxpm-PV-90" value="">
-           <mxGeometry relative="1" as="geometry" />
+           <mxGeometry height="60" width="120" x="1230" y="600" as="geometry" />
+         </mxCell>
+         <mxCell id="OEq2acyRyhbuj6wWYLON-6" edge="1" parent="1" source="zHUa4yUuEVYX1cxpm-PV-81" style="edgeStyle=orthogonalEdgeStyle;rounded=0;orthogonalLoop=1;jettySize=auto;html=1;" value="">
+           <mxGeometry relative="1" as="geometry">
+             <Array as="points">
+               <mxPoint x="1290" y="800" />
+               <mxPoint x="1390" y="800" />
+             </Array>
+             <mxPoint x="1390" y="850" as="targetPoint" />
+           </mxGeometry>
        </mxCell>
        <mxCell id="zHUa4yUuEVYX1cxpm-PV-81" parent="1" style="whiteSpace=wrap;html=1;rounded=1;" value="生成具体文档编排" vertex="1">
-           <mxGeometry height="60" width="120" x="1460" y="730" as="geometry" />
+           <mxGeometry height="60" width="120" x="1230" y="710" as="geometry" />
        </mxCell>
        <mxCell id="zHUa4yUuEVYX1cxpm-PV-90" parent="1" style="whiteSpace=wrap;html=1;rounded=1;" value="结束" vertex="1">
-           <mxGeometry height="60" width="120" x="1560" y="841" as="geometry" />
+           <mxGeometry height="60" width="120" x="1330" y="940" as="geometry" />
        </mxCell>
        <mxCell id="zHUa4yUuEVYX1cxpm-PV-93" edge="1" parent="1" source="zHUa4yUuEVYX1cxpm-PV-94" style="edgeStyle=orthogonalEdgeStyle;rounded=0;orthogonalLoop=1;jettySize=auto;html=1;" target="zHUa4yUuEVYX1cxpm-PV-96" value="">
          <mxGeometry relative="1" as="geometry" />
        </mxCell>
        <mxCell id="zHUa4yUuEVYX1cxpm-PV-94" parent="1" style="rounded=1;whiteSpace=wrap;html=1;" value="开始" vertex="1">
-           <mxGeometry height="60" width="120" x="1910" y="108" as="geometry" />
+           <mxGeometry height="60" width="120" x="1680" y="88" as="geometry" />
        </mxCell>
        <mxCell id="zHUa4yUuEVYX1cxpm-PV-95" edge="1" parent="1" source="zHUa4yUuEVYX1cxpm-PV-96" style="edgeStyle=orthogonalEdgeStyle;rounded=0;orthogonalLoop=1;jettySize=auto;html=1;entryX=0.5;entryY=0;entryDx=0;entryDy=0;" target="zHUa4yUuEVYX1cxpm-PV-98">
          <mxGeometry relative="1" as="geometry">
-             <mxPoint x="1970" y="308" as="targetPoint" />
+             <mxPoint x="1740" y="288" as="targetPoint" />
          </mxGeometry>
        </mxCell>
        <mxCell id="zHUa4yUuEVYX1cxpm-PV-96" parent="1" style="whiteSpace=wrap;html=1;rounded=1;" value="接收请求参数并解析" vertex="1">
-           <mxGeometry height="60" width="120" x="1910" y="208" as="geometry" />
+           <mxGeometry height="60" width="120" x="1680" y="188" as="geometry" />
        </mxCell>
        <mxCell id="zHUa4yUuEVYX1cxpm-PV-97" edge="1" parent="1" source="zHUa4yUuEVYX1cxpm-PV-98" style="edgeStyle=orthogonalEdgeStyle;rounded=0;orthogonalLoop=1;jettySize=auto;html=1;" value="">
          <mxGeometry relative="1" as="geometry">
-             <mxPoint x="1970" y="420" as="targetPoint" />
+             <mxPoint x="1740" y="400" as="targetPoint" />
          </mxGeometry>
        </mxCell>
        <mxCell id="zHUa4yUuEVYX1cxpm-PV-98" parent="1" style="whiteSpace=wrap;html=1;rounded=1;" value="获取回填类型" vertex="1">
-           <mxGeometry height="60" width="120" x="1910" y="319" as="geometry" />
+           <mxGeometry height="60" width="120" x="1680" y="299" as="geometry" />
        </mxCell>
        <mxCell id="zHUa4yUuEVYX1cxpm-PV-108" parent="1" style="text;html=1;whiteSpace=wrap;strokeColor=none;fillColor=#66B2FF;align=center;verticalAlign=middle;rounded=0;" value="回填与规则校验" vertex="1">
-           <mxGeometry height="40" width="140" x="1900" y="40" as="geometry" />
+           <mxGeometry height="40" width="140" x="1670" y="20" as="geometry" />
        </mxCell>
        <mxCell id="zHUa4yUuEVYX1cxpm-PV-125" edge="1" parent="1" source="zHUa4yUuEVYX1cxpm-PV-110" style="edgeStyle=orthogonalEdgeStyle;rounded=0;orthogonalLoop=1;jettySize=auto;html=1;entryX=0.5;entryY=0;entryDx=0;entryDy=0;" target="zHUa4yUuEVYX1cxpm-PV-124">
          <mxGeometry relative="1" as="geometry" />
        </mxCell>
        <mxCell id="zHUa4yUuEVYX1cxpm-PV-110" parent="1" style="whiteSpace=wrap;html=1;rounded=1;" value="加载对应的编排文档" vertex="1">
-           <mxGeometry height="60" width="120" x="1910" y="418.5" as="geometry" />
+           <mxGeometry height="60" width="120" x="1680" y="398.5" as="geometry" />
        </mxCell>
        <mxCell id="zHUa4yUuEVYX1cxpm-PV-121" edge="1" parent="1" source="zHUa4yUuEVYX1cxpm-PV-112" style="edgeStyle=orthogonalEdgeStyle;rounded=0;orthogonalLoop=1;jettySize=auto;html=1;" target="zHUa4yUuEVYX1cxpm-PV-120" value="">
          <mxGeometry relative="1" as="geometry" />
        </mxCell>
        <mxCell id="zHUa4yUuEVYX1cxpm-PV-112" parent="1" style="whiteSpace=wrap;html=1;rounded=1;" value="回填文档" vertex="1">
-           <mxGeometry height="60" width="120" x="1910" y="799.5" as="geometry" />
+           <mxGeometry height="60" width="120" x="1680" y="779.5" as="geometry" />
        </mxCell>
        <mxCell id="zHUa4yUuEVYX1cxpm-PV-113" parent="1" style="whiteSpace=wrap;html=1;rounded=1;" value="结束" vertex="1">
-           <mxGeometry height="60" width="120" x="1910" y="1010" as="geometry" />
+           <mxGeometry height="60" width="120" x="1680" y="1070" as="geometry" />
        </mxCell>
        <mxCell id="zHUa4yUuEVYX1cxpm-PV-128" edge="1" parent="1" source="zHUa4yUuEVYX1cxpm-PV-115" style="edgeStyle=orthogonalEdgeStyle;rounded=0;orthogonalLoop=1;jettySize=auto;html=1;" target="zHUa4yUuEVYX1cxpm-PV-127" value="">
          <mxGeometry relative="1" as="geometry" />
        </mxCell>
        <mxCell id="zHUa4yUuEVYX1cxpm-PV-115" parent="1" style="whiteSpace=wrap;html=1;rounded=1;" value="加载对应模板文件" vertex="1">
-           <mxGeometry height="60" width="120" x="1910" y="609.5" as="geometry" />
-         </mxCell>
-         <mxCell id="zHUa4yUuEVYX1cxpm-PV-123" edge="1" parent="1" source="zHUa4yUuEVYX1cxpm-PV-120" style="edgeStyle=orthogonalEdgeStyle;rounded=0;orthogonalLoop=1;jettySize=auto;html=1;exitX=0.5;exitY=1;exitDx=0;exitDy=0;entryX=0.5;entryY=0;entryDx=0;entryDy=0;" target="zHUa4yUuEVYX1cxpm-PV-113">
+           <mxGeometry height="60" width="120" x="1680" y="589.5" as="geometry" />
+         </mxCell>
+         <mxCell id="OEq2acyRyhbuj6wWYLON-25" edge="1" parent="1" source="zHUa4yUuEVYX1cxpm-PV-120" style="edgeStyle=orthogonalEdgeStyle;rounded=0;orthogonalLoop=1;jettySize=auto;html=1;" target="OEq2acyRyhbuj6wWYLON-24" value="">
          <mxGeometry relative="1" as="geometry" />
        </mxCell>
        <mxCell id="zHUa4yUuEVYX1cxpm-PV-120" parent="1" style="whiteSpace=wrap;html=1;rounded=1;" value="python-docx 最终处理&lt;br&gt;移除模板中提示信息" vertex="1">
-           <mxGeometry height="60" width="120" x="1910" y="910" as="geometry" />
+           <mxGeometry height="60" width="120" x="1680" y="890" as="geometry" />
        </mxCell>
        <mxCell id="zHUa4yUuEVYX1cxpm-PV-126" edge="1" parent="1" source="zHUa4yUuEVYX1cxpm-PV-124" style="edgeStyle=orthogonalEdgeStyle;rounded=0;orthogonalLoop=1;jettySize=auto;html=1;entryX=0.5;entryY=0;entryDx=0;entryDy=0;" target="zHUa4yUuEVYX1cxpm-PV-115">
          <mxGeometry relative="1" as="geometry" />
        </mxCell>
        <mxCell id="zHUa4yUuEVYX1cxpm-PV-124" parent="1" style="whiteSpace=wrap;html=1;rounded=1;" value="加载fill-spec实例" vertex="1">
-           <mxGeometry height="60" width="120" x="1910" y="519.5" as="geometry" />
+           <mxGeometry height="60" width="120" x="1680" y="499.5" as="geometry" />
        </mxCell>
        <mxCell id="zHUa4yUuEVYX1cxpm-PV-129" edge="1" parent="1" source="zHUa4yUuEVYX1cxpm-PV-127" style="edgeStyle=orthogonalEdgeStyle;rounded=0;orthogonalLoop=1;jettySize=auto;html=1;exitX=0.5;exitY=1;exitDx=0;exitDy=0;entryX=0.5;entryY=0;entryDx=0;entryDy=0;" target="zHUa4yUuEVYX1cxpm-PV-112">
          <mxGeometry relative="1" as="geometry" />
        </mxCell>
        <mxCell id="zHUa4yUuEVYX1cxpm-PV-127" parent="1" style="whiteSpace=wrap;html=1;rounded=1;" value="校验一致性" vertex="1">
-           <mxGeometry height="60" width="120" x="1910" y="699.5" as="geometry" />
+           <mxGeometry height="60" width="120" x="1680" y="679.5" as="geometry" />
        </mxCell>
        <mxCell id="zHUa4yUuEVYX1cxpm-PV-130" parent="1" style="ellipse;shape=cloud;whiteSpace=wrap;html=1;" value="依据fill-spec实例，通过python-docx&amp;nbsp;&lt;div&gt;解析模板文件，检查模板中的title&lt;/div&gt;&lt;div&gt;是否与实例中匹配&lt;/div&gt;" vertex="1">
-           <mxGeometry height="160" width="230" x="2060" y="639.5" as="geometry" />
+           <mxGeometry height="160" width="230" x="1830" y="619.5" as="geometry" />
        </mxCell>
        <mxCell id="OEq2acyRyhbuj6wWYLON-3" edge="1" parent="1" source="OEq2acyRyhbuj6wWYLON-1" style="edgeStyle=orthogonalEdgeStyle;rounded=0;orthogonalLoop=1;jettySize=auto;html=1;entryX=0;entryY=0.5;entryDx=0;entryDy=0;" target="zHUa4yUuEVYX1cxpm-PV-6">
          <mxGeometry relative="1" as="geometry" />
        </mxCell>
        <mxCell id="OEq2acyRyhbuj6wWYLON-4" connectable="0" parent="OEq2acyRyhbuj6wWYLON-3" style="edgeLabel;html=1;align=center;verticalAlign=middle;resizable=0;points=[];" value="否" vertex="1">
          <mxGeometry relative="1" x="-0.2083" y="2" as="geometry">
            <mxPoint as="offset" />
          </mxGeometry>
        </mxCell>
        <mxCell id="OEq2acyRyhbuj6wWYLON-10" edge="1" parent="1" source="OEq2acyRyhbuj6wWYLON-1" style="edgeStyle=orthogonalEdgeStyle;rounded=0;orthogonalLoop=1;jettySize=auto;html=1;entryX=0.5;entryY=0;entryDx=0;entryDy=0;" target="OEq2acyRyhbuj6wWYLON-9">
          <mxGeometry relative="1" as="geometry">
            <Array as="points">
              <mxPoint x="581" y="400" />
              <mxPoint x="581" y="400" />
            </Array>
          </mxGeometry>
        </mxCell>
        <mxCell id="OEq2acyRyhbuj6wWYLON-11" connectable="0" parent="OEq2acyRyhbuj6wWYLON-10" style="edgeLabel;html=1;align=center;verticalAlign=middle;resizable=0;points=[];" value="是" vertex="1">
          <mxGeometry relative="1" x="-0.3413" y="-2" as="geometry">
            <mxPoint as="offset" />
          </mxGeometry>
        </mxCell>
        <mxCell id="OEq2acyRyhbuj6wWYLON-1" parent="1" style="rhombus;whiteSpace=wrap;html=1;" value="是否全部更新" vertex="1">
          <mxGeometry height="80" width="82" x="540" y="288" as="geometry" />
        </mxCell>
        <mxCell id="OEq2acyRyhbuj6wWYLON-13" edge="1" parent="1" source="OEq2acyRyhbuj6wWYLON-9" style="edgeStyle=orthogonalEdgeStyle;rounded=0;orthogonalLoop=1;jettySize=auto;html=1;" target="OEq2acyRyhbuj6wWYLON-12" value="">
          <mxGeometry relative="1" as="geometry" />
        </mxCell>
        <mxCell id="OEq2acyRyhbuj6wWYLON-9" parent="1" style="whiteSpace=wrap;html=1;rounded=1;" value="保存新版本文件" vertex="1">
          <mxGeometry height="60" width="120" x="521" y="420" as="geometry" />
        </mxCell>
-         <mxCell id="OEq2acyRyhbuj6wWYLON-15" edge="1" parent="1" source="OEq2acyRyhbuj6wWYLON-12" style="edgeStyle=orthogonalEdgeStyle;rounded=0;orthogonalLoop=1;jettySize=auto;html=1;entryX=0.5;entryY=0;entryDx=0;entryDy=0;exitX=0.5;exitY=1;exitDx=0;exitDy=0;" target="zHUa4yUuEVYX1cxpm-PV-27" value="">
-           <mxGeometry relative="1" as="geometry">
-             <Array as="points">
-               <mxPoint x="582" y="740" />
-               <mxPoint x="738" y="740" />
-             </Array>
-             <mxPoint x="442" y="519.5" as="targetPoint" />
-           </mxGeometry>
+         <mxCell id="OEq2acyRyhbuj6wWYLON-18" edge="1" parent="1" source="OEq2acyRyhbuj6wWYLON-12" style="edgeStyle=orthogonalEdgeStyle;rounded=0;orthogonalLoop=1;jettySize=auto;html=1;" target="OEq2acyRyhbuj6wWYLON-17" value="">
+           <mxGeometry relative="1" as="geometry" />
        </mxCell>
        <mxCell id="OEq2acyRyhbuj6wWYLON-12" parent="1" style="whiteSpace=wrap;html=1;rounded=1;" value="更新Redis" vertex="1">
          <mxGeometry height="60" width="120" x="522" y="541" as="geometry" />
+         </mxCell>
+         <mxCell id="OEq2acyRyhbuj6wWYLON-19" edge="1" parent="1" source="OEq2acyRyhbuj6wWYLON-17" style="edgeStyle=orthogonalEdgeStyle;rounded=0;orthogonalLoop=1;jettySize=auto;html=1;entryX=0.5;entryY=0;entryDx=0;entryDy=0;" target="zHUa4yUuEVYX1cxpm-PV-27">
+           <mxGeometry relative="1" as="geometry">
+             <Array as="points">
+               <mxPoint x="581" y="740" />
+               <mxPoint x="738" y="740" />
+             </Array>
+           </mxGeometry>
+         </mxCell>
+         <mxCell id="OEq2acyRyhbuj6wWYLON-17" parent="1" style="whiteSpace=wrap;html=1;rounded=1;" value="生成最新目录结构" vertex="1">
+           <mxGeometry height="60" width="120" x="521" y="659" as="geometry" />
+         </mxCell>
+         <mxCell id="OEq2acyRyhbuj6wWYLON-23" edge="1" parent="1" source="OEq2acyRyhbuj6wWYLON-22" style="edgeStyle=orthogonalEdgeStyle;rounded=0;orthogonalLoop=1;jettySize=auto;html=1;" target="zHUa4yUuEVYX1cxpm-PV-90" value="">
+           <mxGeometry relative="1" as="geometry" />
+         </mxCell>
+         <mxCell id="OEq2acyRyhbuj6wWYLON-22" parent="1" style="whiteSpace=wrap;html=1;rounded=1;" value="生成最新目录结构" vertex="1">
+           <mxGeometry height="60" width="120" x="1330" y="850" as="geometry" />
+         </mxCell>
+         <mxCell id="OEq2acyRyhbuj6wWYLON-26" edge="1" parent="1" source="OEq2acyRyhbuj6wWYLON-24" style="edgeStyle=orthogonalEdgeStyle;rounded=0;orthogonalLoop=1;jettySize=auto;html=1;" target="zHUa4yUuEVYX1cxpm-PV-113" value="">
+           <mxGeometry relative="1" as="geometry" />
+         </mxCell>
+         <mxCell id="OEq2acyRyhbuj6wWYLON-24" parent="1" style="whiteSpace=wrap;html=1;rounded=1;" value="生成最新目录结构" vertex="1">
+           <mxGeometry height="60" width="120" x="1680" y="980" as="geometry" />
        </mxCell>
      </root>
    </mxGraphModel>
  </diagram>
</mxfile>
